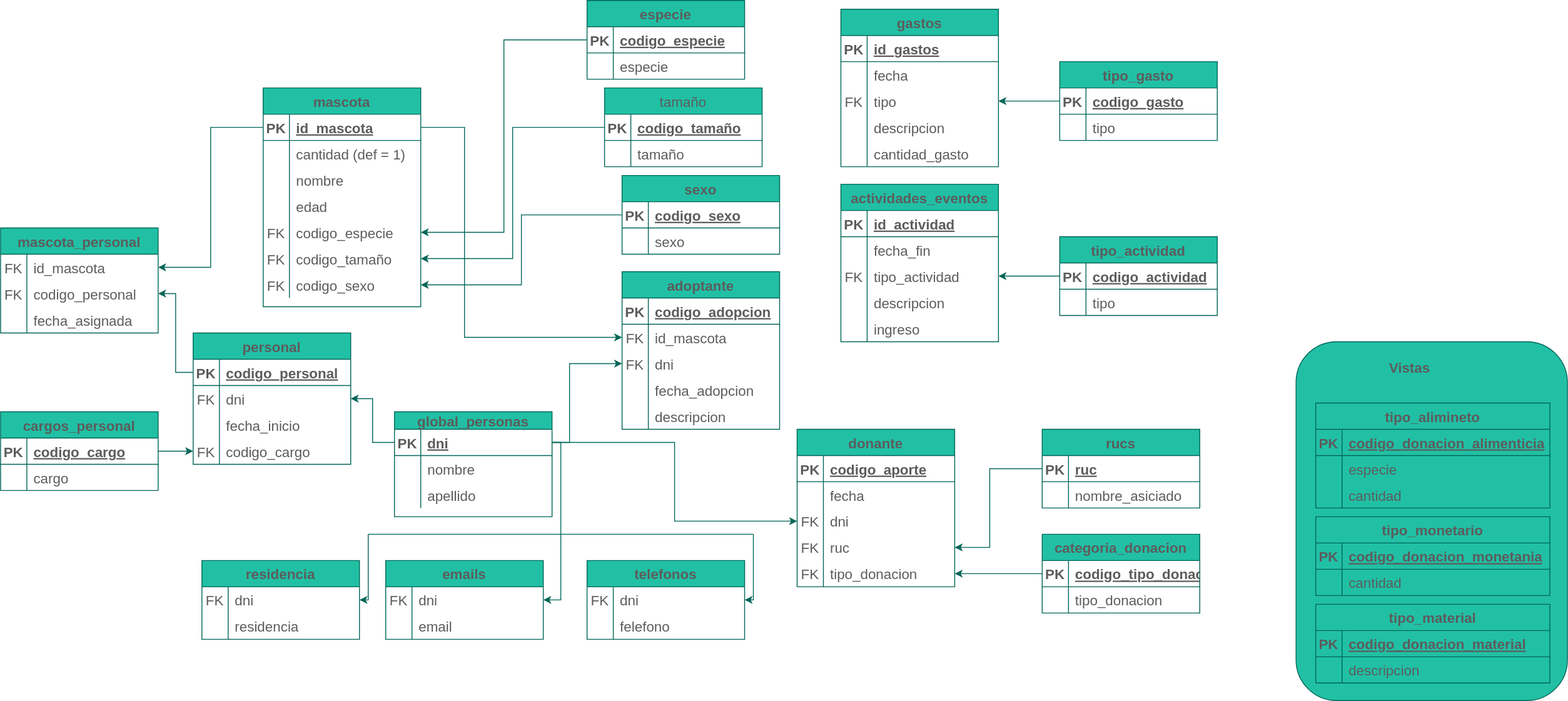
This is diagramas/tablas/Untitled Diagram.drawio.svg from Leo-Spj/SQL-CoderHouse, a draw.io export, as it was before one commit. Source tidied: cells renumbered, new cells last; positions are measured from the earlier drawing's top-left corner, leaving out a move shared by most shapes.
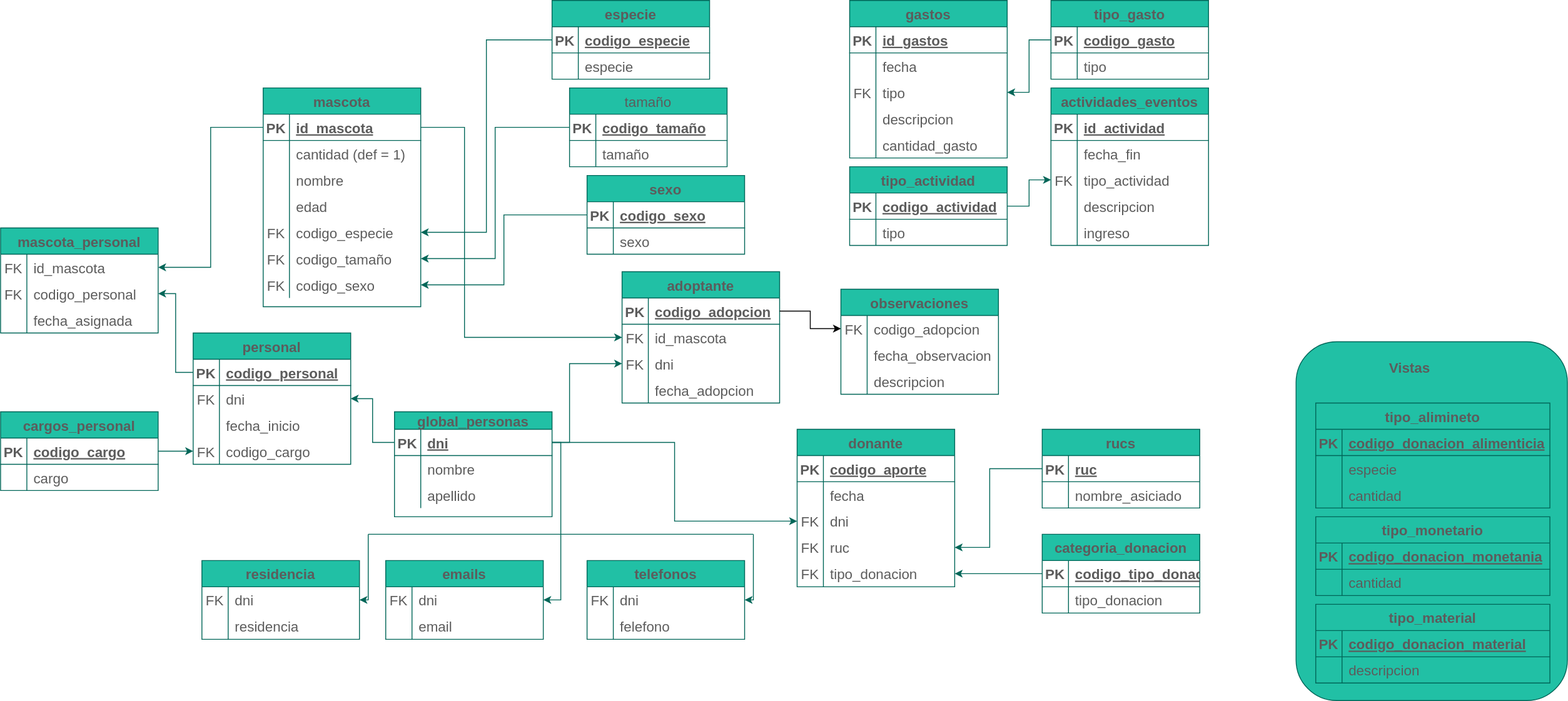
The same diagram one commit later.

The edit, as a diff of the source:
```diff
@@ -69,7 +69,7 @@
       <mxGeometry x="30" width="150" height="30" as="geometry" />
     </mxCell>
     <mxCell id="24" value="especie" style="shape=table;startSize=30;rowLines=0;fontStyle=1;align=center;fontSize=16;fillColor=#21C0A5;strokeColor=#006658;fontColor=#5C5C5C;" parent="1" vertex="1">
-      <mxGeometry x="670" width="180" height="90" as="geometry" />
+      <mxGeometry x="630" width="180" height="90" as="geometry" />
     </mxCell>
     <mxCell id="25" style="shape=tableRow;horizontal=0;startSize=0;swimlaneHead=0;swimlaneBody=0;fillColor=none;points=[[0,0.5],[1,0.5]];portConstraint=eastwest;top=0;left=0;right=0;bottom=1;fontSize=16;strokeColor=#006658;fontColor=#5C5C5C;" parent="24" vertex="1">
       <mxGeometry y="30" width="180" height="30" as="geometry" />
@@ -90,7 +90,7 @@
       <mxGeometry x="30" width="150" height="30" as="geometry" />
     </mxCell>
     <mxCell id="31" value="tamaño" style="shape=table;startSize=30;rowLines=0;fontStyle=0;align=center;fontSize=16;fillColor=#21C0A5;strokeColor=#006658;fontColor=#5C5C5C;" parent="1" vertex="1">
-      <mxGeometry x="690" y="100" width="180" height="90" as="geometry" />
+      <mxGeometry x="650" y="100" width="180" height="90" as="geometry" />
     </mxCell>
     <mxCell id="32" style="shape=tableRow;horizontal=0;startSize=0;swimlaneHead=0;swimlaneBody=0;fillColor=none;points=[[0,0.5],[1,0.5]];portConstraint=eastwest;top=0;left=0;right=0;bottom=1;fontSize=16;strokeColor=#006658;fontColor=#5C5C5C;" parent="31" vertex="1">
       <mxGeometry y="30" width="180" height="30" as="geometry" />
@@ -111,7 +111,7 @@
       <mxGeometry x="30" width="150" height="30" as="geometry" />
     </mxCell>
     <mxCell id="38" value="sexo" style="shape=table;startSize=30;rowLines=0;fontStyle=1;align=center;fontSize=16;fillColor=#21C0A5;strokeColor=#006658;fontColor=#5C5C5C;" parent="1" vertex="1">
-      <mxGeometry x="710" y="200" width="180" height="90" as="geometry" />
+      <mxGeometry x="670" y="200" width="180" height="90" as="geometry" />
     </mxCell>
     <mxCell id="39" style="shape=tableRow;horizontal=0;startSize=0;swimlaneHead=0;swimlaneBody=0;fillColor=none;points=[[0,0.5],[1,0.5]];portConstraint=eastwest;top=0;left=0;right=0;bottom=1;fontSize=16;strokeColor=#006658;fontColor=#5C5C5C;" parent="38" vertex="1">
       <mxGeometry y="30" width="180" height="30" as="geometry" />
@@ -428,7 +428,7 @@
       <mxGeometry relative="1" as="geometry" />
     </mxCell>
     <mxCell id="142" value="adoptante" style="shape=table;startSize=30;rowLines=0;fontStyle=1;align=center;fontSize=16;fillColor=#21C0A5;strokeColor=#006658;fontColor=#5C5C5C;" parent="1" vertex="1">
-      <mxGeometry x="710" y="310" width="180" height="180" as="geometry" />
+      <mxGeometry x="710" y="310" width="180" height="150" as="geometry" />
     </mxCell>
     <mxCell id="143" style="shape=tableRow;horizontal=0;startSize=0;swimlaneHead=0;swimlaneBody=0;fillColor=none;points=[[0,0.5],[1,0.5]];portConstraint=eastwest;top=0;left=0;right=0;bottom=1;fontSize=16;strokeColor=#006658;fontColor=#5C5C5C;" parent="142" vertex="1">
       <mxGeometry y="30" width="180" height="30" as="geometry" />
@@ -466,15 +466,6 @@
     <mxCell id="154" value="fecha_adopcion" style="shape=partialRectangle;fillColor=none;top=0;left=0;bottom=0;right=0;align=left;spacingLeft=6;overflow=hidden;fontSize=16;strokeColor=#006658;fontColor=#5C5C5C;" parent="152" vertex="1">
       <mxGeometry x="30" width="150" height="30" as="geometry" />
     </mxCell>
-    <mxCell id="155" style="shape=tableRow;horizontal=0;startSize=0;swimlaneHead=0;swimlaneBody=0;fillColor=none;top=0;left=0;right=0;bottom=0;fontSize=16;strokeColor=#006658;fontColor=#5C5C5C;" parent="142" vertex="1">
-      <mxGeometry y="150" width="180" height="30" as="geometry" />
-    </mxCell>
-    <mxCell id="156" style="shape=partialRectangle;fillColor=none;top=0;left=0;bottom=0;right=0;overflow=hidden;fontSize=16;strokeColor=#006658;fontColor=#5C5C5C;" parent="155" vertex="1">
-      <mxGeometry width="30" height="30" as="geometry" />
-    </mxCell>
-    <mxCell id="157" value="descripcion" style="shape=partialRectangle;fillColor=none;top=0;left=0;bottom=0;right=0;align=left;spacingLeft=6;overflow=hidden;fontSize=16;strokeColor=#006658;fontColor=#5C5C5C;" parent="155" vertex="1">
-      <mxGeometry x="30" width="150" height="30" as="geometry" />
-    </mxCell>
     <mxCell id="158" style="edgeStyle=orthogonalEdgeStyle;rounded=0;jettySize=auto;html=1;elbow=vertical;fontSize=16;strokeColor=#006658;fontColor=#5C5C5C;" parent="1" edge="1" source="46" target="149">
       <mxGeometry relative="1" as="geometry">
         <Array as="points">
@@ -493,7 +484,7 @@
       <mxGeometry relative="1" as="geometry" />
     </mxCell>
     <mxCell id="162" value="gastos" style="shape=table;startSize=30;rowLines=0;fontStyle=1;align=center;fontSize=16;fillColor=#21C0A5;strokeColor=#006658;fontColor=#5C5C5C;" parent="1" vertex="1">
-      <mxGeometry x="960" y="10" width="180" height="180" as="geometry" />
+      <mxGeometry x="970" width="180" height="180" as="geometry" />
     </mxCell>
     <mxCell id="163" style="shape=tableRow;horizontal=0;startSize=0;swimlaneHead=0;swimlaneBody=0;fillColor=none;top=0;left=0;right=0;bottom=1;fontSize=16;strokeColor=#006658;fontColor=#5C5C5C;" parent="162" vertex="1">
       <mxGeometry y="30" width="180" height="30" as="geometry" />
@@ -541,7 +532,7 @@
       <mxGeometry x="30" width="150" height="30" as="geometry" />
     </mxCell>
     <mxCell id="178" value="actividades_eventos" style="shape=table;startSize=30;rowLines=0;fontStyle=1;align=center;fontSize=16;fillColor=#21C0A5;strokeColor=#006658;fontColor=#5C5C5C;" parent="1" vertex="1">
-      <mxGeometry x="960" y="210" width="180" height="180" as="geometry" />
+      <mxGeometry x="1200" y="100" width="180" height="180" as="geometry" />
     </mxCell>
     <mxCell id="179" style="shape=tableRow;horizontal=0;startSize=0;swimlaneHead=0;swimlaneBody=0;fillColor=none;top=0;left=0;right=0;bottom=1;fontSize=16;strokeColor=#006658;fontColor=#5C5C5C;" parent="178" vertex="1">
       <mxGeometry y="30" width="180" height="30" as="geometry" />
@@ -589,7 +580,7 @@
       <mxGeometry x="30" width="150" height="30" as="geometry" />
     </mxCell>
     <mxCell id="194" value="tipo_gasto" style="shape=table;startSize=30;rowLines=0;fontStyle=1;align=center;fontSize=16;fillColor=#21C0A5;strokeColor=#006658;fontColor=#5C5C5C;" parent="1" vertex="1">
-      <mxGeometry x="1210" y="70" width="180" height="90" as="geometry" />
+      <mxGeometry x="1200" width="180" height="90" as="geometry" />
     </mxCell>
     <mxCell id="195" style="shape=tableRow;horizontal=0;startSize=0;swimlaneHead=0;swimlaneBody=0;fillColor=none;points=[[0,0.5],[1,0.5]];portConstraint=eastwest;top=0;left=0;right=0;bottom=1;fontSize=16;strokeColor=#006658;fontColor=#5C5C5C;" parent="194" vertex="1">
       <mxGeometry y="30" width="180" height="30" as="geometry" />
@@ -610,7 +601,7 @@
       <mxGeometry x="30" width="150" height="30" as="geometry" />
     </mxCell>
     <mxCell id="201" value="tipo_actividad" style="shape=table;startSize=30;rowLines=0;fontStyle=1;align=center;fontSize=16;fillColor=#21C0A5;strokeColor=#006658;fontColor=#5C5C5C;" parent="1" vertex="1">
-      <mxGeometry x="1210" y="270" width="180" height="90" as="geometry" />
+      <mxGeometry x="970" y="190" width="180" height="90" as="geometry" />
     </mxCell>
     <mxCell id="202" style="shape=tableRow;horizontal=0;startSize=0;swimlaneHead=0;swimlaneBody=0;fillColor=none;points=[[0,0.5],[1,0.5]];portConstraint=eastwest;top=0;left=0;right=0;bottom=1;fontSize=16;strokeColor=#006658;fontColor=#5C5C5C;" parent="201" vertex="1">
       <mxGeometry y="30" width="180" height="30" as="geometry" />
@@ -751,5 +742,38 @@
         <mxPoint x="640" y="610" as="targetPoint" />
       </mxGeometry>
     </mxCell>
+    <mxCell id="243" value="observaciones" style="shape=table;startSize=30;rowLines=0;fontStyle=1;align=center;fontSize=16;fillColor=#21C0A5;strokeColor=#006658;fontColor=#5C5C5C;" parent="1" vertex="1">
+      <mxGeometry x="960" y="330" width="180" height="120" as="geometry" />
+    </mxCell>
+    <mxCell id="244" style="shape=tableRow;horizontal=0;startSize=0;swimlaneHead=0;swimlaneBody=0;fillColor=none;points=[[0,0.5],[1,0.5]];portConstraint=eastwest;top=0;left=0;right=0;bottom=0;fontSize=16;strokeColor=#006658;fontColor=#5C5C5C;" parent="243" vertex="1">
+      <mxGeometry y="30" width="180" height="30" as="geometry" />
+    </mxCell>
+    <mxCell id="245" value="FK" style="shape=partialRectangle;fillColor=none;top=0;left=0;bottom=0;right=0;overflow=hidden;fontSize=16;strokeColor=#006658;fontColor=#5C5C5C;" parent="244" vertex="1">
+      <mxGeometry width="30" height="30" as="geometry" />
+    </mxCell>
+    <mxCell id="246" value="codigo_adopcion" style="shape=partialRectangle;fillColor=none;top=0;left=0;bottom=0;right=0;align=left;spacingLeft=6;overflow=hidden;fontSize=16;strokeColor=#006658;fontColor=#5C5C5C;" parent="244" vertex="1">
+      <mxGeometry x="30" width="150" height="30" as="geometry" />
+    </mxCell>
+    <mxCell id="247" style="shape=tableRow;horizontal=0;startSize=0;swimlaneHead=0;swimlaneBody=0;fillColor=none;top=0;left=0;right=0;bottom=0;fontSize=16;strokeColor=#006658;fontColor=#5C5C5C;" parent="243" vertex="1">
+      <mxGeometry y="60" width="180" height="30" as="geometry" />
+    </mxCell>
+    <mxCell id="248" style="shape=partialRectangle;fillColor=none;top=0;left=0;bottom=0;right=0;overflow=hidden;fontSize=16;strokeColor=#006658;fontColor=#5C5C5C;" parent="247" vertex="1">
+      <mxGeometry width="30" height="30" as="geometry" />
+    </mxCell>
+    <mxCell id="249" value="fecha_observacion" style="shape=partialRectangle;fillColor=none;top=0;left=0;bottom=0;right=0;align=left;spacingLeft=6;overflow=hidden;fontSize=16;strokeColor=#006658;fontColor=#5C5C5C;" parent="247" vertex="1">
+      <mxGeometry x="30" width="150" height="30" as="geometry" />
+    </mxCell>
+    <mxCell id="250" style="shape=tableRow;horizontal=0;startSize=0;swimlaneHead=0;swimlaneBody=0;fillColor=none;top=0;left=0;right=0;bottom=0;fontSize=16;strokeColor=#006658;fontColor=#5C5C5C;" parent="243" vertex="1">
+      <mxGeometry y="90" width="180" height="30" as="geometry" />
+    </mxCell>
+    <mxCell id="251" style="shape=partialRectangle;fillColor=none;top=0;left=0;bottom=0;right=0;overflow=hidden;fontSize=16;strokeColor=#006658;fontColor=#5C5C5C;" parent="250" vertex="1">
+      <mxGeometry width="30" height="30" as="geometry" />
+    </mxCell>
+    <mxCell id="157" value="descripcion" style="shape=partialRectangle;fillColor=none;top=0;left=0;bottom=0;right=0;align=left;spacingLeft=6;overflow=hidden;fontSize=16;strokeColor=#006658;fontColor=#5C5C5C;" parent="250" vertex="1">
+      <mxGeometry x="30" width="150" height="30" as="geometry" />
+    </mxCell>
+    <mxCell id="252" style="edgeStyle=orthogonalEdgeStyle;rounded=0;jettySize=auto;html=1;" parent="1" edge="1" source="143" target="244">
+      <mxGeometry relative="1" as="geometry" />
+    </mxCell>
   </root>
 </mxGraphModel>
```
